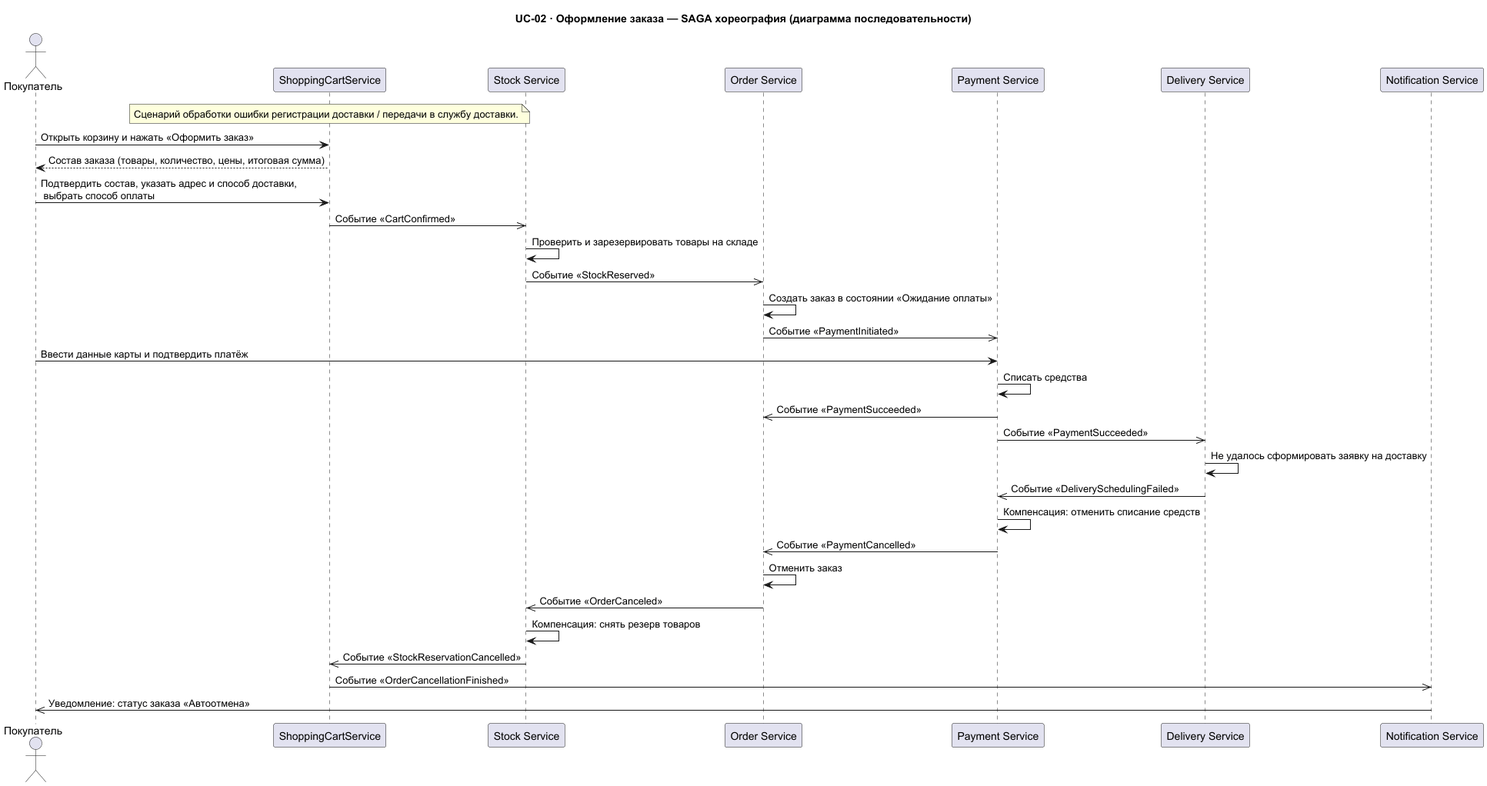
The PlantUML diagram Task1/seq-order-placement-choreography-delivery-scheduling-failed.png in Babikoff/MSA-3-NovaMarket, before a commit.
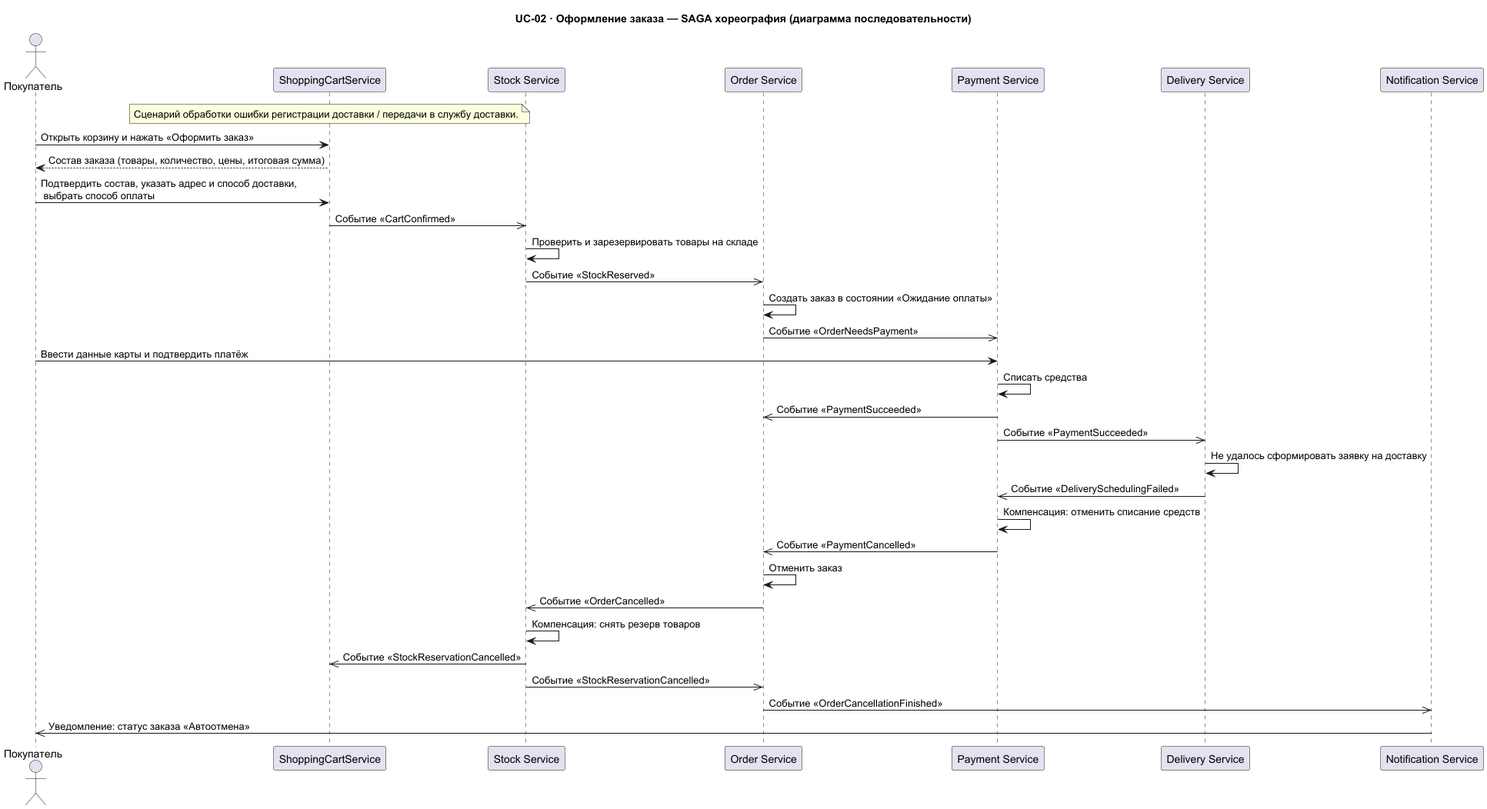
The same file after the commit.

Diff of the diagram source:
```diff
@@ -22,7 +22,7 @@
 StockService ->> OrderService : Событие «StockReserved»
 
 OrderService -> OrderService : Создать заказ в состоянии «Ожидание оплаты»
-OrderService ->> PaymentService : Событие «PaymentInitiated»
+OrderService ->> PaymentService : Событие «OrderNeedsPayment»
 
 buyer -> PaymentService : Ввести данные карты и подтвердить платёж
 PaymentService -> PaymentService : Списать средства
@@ -35,11 +35,12 @@
 PaymentService -> PaymentService : Компенсация: отменить списание средств
 PaymentService ->> OrderService : Событие «PaymentCancelled»
 OrderService -> OrderService : Отменить заказ
-OrderService ->> StockService : Событие «OrderCanceled»
+OrderService ->> StockService : Событие «OrderCancelled»
 StockService -> StockService : Компенсация: снять резерв товаров
 StockService ->> ShoppingCartService : Событие «StockReservationCancelled»
+StockService ->> OrderService : Событие «StockReservationCancelled»
+OrderService ->> NotificationService : Событие «OrderCancellationFinished»
 
-ShoppingCartService ->> NotificationService : Событие «OrderCancellationFinished»
 NotificationService ->> buyer : Уведомление: статус заказа «Автоотмена»
 
 @enduml
```
